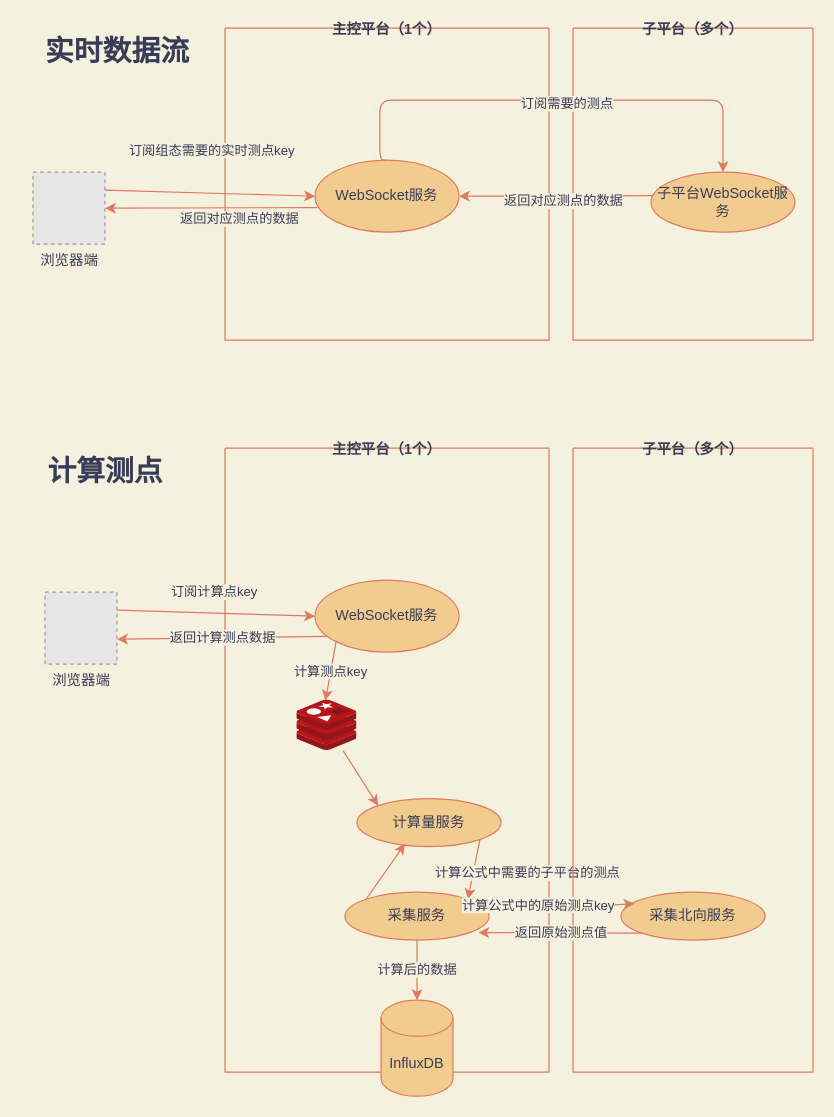
Before: page "实时数据" (3 of 3) of test.drawio in Jarris3154/drawios, a draw.io diagram. Source tidied: cells renumbered, new cells numbered last; positions are measured from the earlier drawing's top-left corner, leaving out a move shared by most shapes. Both pictures are drawn from the tidied source at 120%, with x=0, y=0 at pixel (20, 28). Pictures stored in the file or linked from it are replaced by grey dashed boxes.
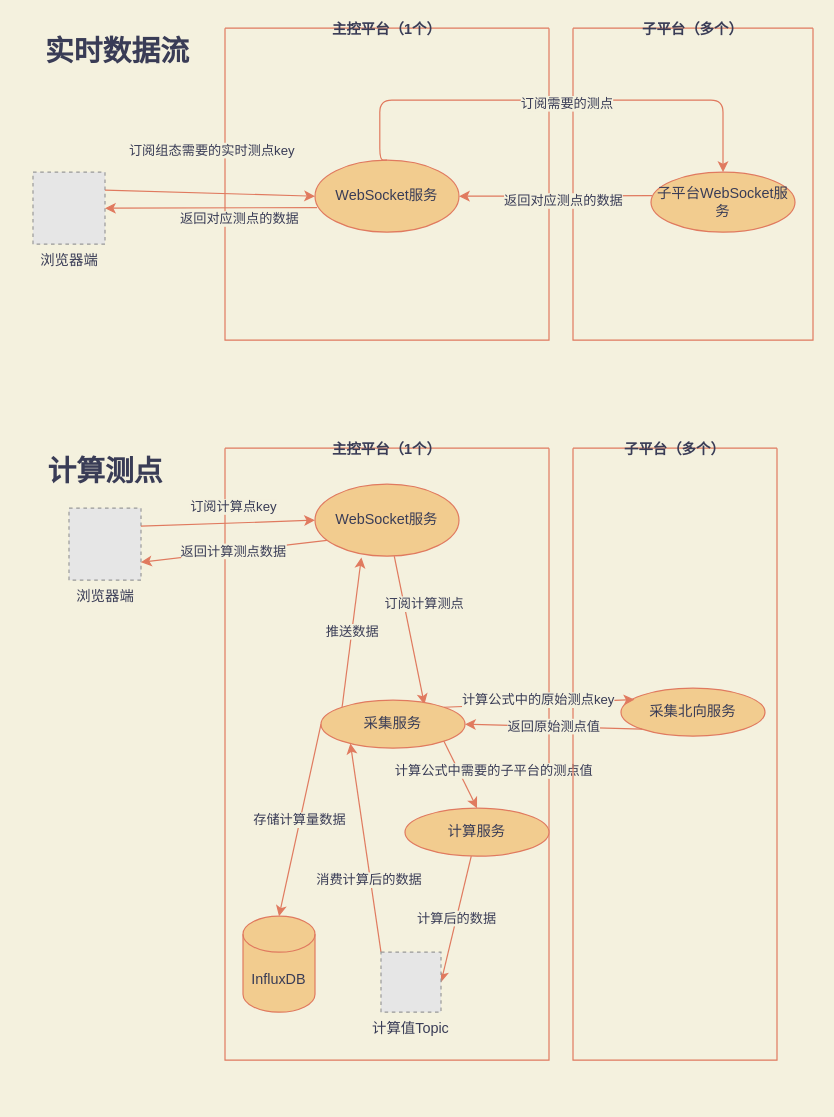
The same diagram, later.

Commit message:
更新计算测点流程

The edit, as a diff of the source:
```diff
@@
     <mxCell id="17" value="主控平台（1个）" style="swimlane;startSize=0;fillColor=#F2CC8F;strokeColor=#E07A5F;fontColor=#393C56;" parent="1" vertex="1">
-      <mxGeometry x="170" y="350" width="270" height="520" as="geometry" />
+      <mxGeometry x="170" y="350" width="270" height="510" as="geometry" />
     </mxCell>
+    <mxCell id="37" value="订阅计算测点" style="edgeStyle=none;rounded=1;sketch=0;jettySize=auto;html=1;entryX=0.718;entryY=0.088;entryDx=0;entryDy=0;entryPerimeter=0;fontColor=#393C56;strokeColor=#E07A5F;fillColor=#F2CC8F;labelBackgroundColor=#F4F1DE;" parent="17" edge="1" source="18" target="19">
+      <mxGeometry x="-0.3" y="17" relative="1" as="geometry" />
+    </mxCell>
     <mxCell id="18" value="WebSocket服务" style="ellipse;whiteSpace=wrap;html=1;fillColor=#F2CC8F;strokeColor=#E07A5F;fontColor=#393C56;" parent="17" vertex="1">
-      <mxGeometry x="75" y="110" width="120" height="60" as="geometry" />
+      <mxGeometry x="75" y="30" width="120" height="60" as="geometry" />
     </mxCell>
+    <mxCell id="38" value="推送数据" style="edgeStyle=none;rounded=1;sketch=0;jettySize=auto;html=1;entryX=0.322;entryY=1.017;entryDx=0;entryDy=0;entryPerimeter=0;fontColor=#393C56;strokeColor=#E07A5F;fillColor=#F2CC8F;exitX=0;exitY=0;exitDx=0;exitDy=0;labelBackgroundColor=#F4F1DE;" parent="17" edge="1" source="19" target="18">
+      <mxGeometry relative="1" as="geometry" />
+    </mxCell>
+    <mxCell id="39" value="存储计算量数据" style="edgeStyle=none;rounded=1;sketch=0;jettySize=auto;html=1;entryX=0.5;entryY=0;entryDx=0;entryDy=0;entryPerimeter=0;fontColor=#393C56;strokeColor=#E07A5F;fillColor=#F2CC8F;exitX=0;exitY=0.5;exitDx=0;exitDy=0;labelBackgroundColor=#F4F1DE;" parent="17" edge="1" source="19" target="35">
+      <mxGeometry relative="1" as="geometry" />
+    </mxCell>
-    <mxCell id="19" value="计算量服务" style="ellipse;whiteSpace=wrap;html=1;fillColor=#F2CC8F;strokeColor=#E07A5F;fontColor=#393C56;" parent="17" vertex="1">
-      <mxGeometry x="110" y="292" width="120" height="40" as="geometry" />
+    <mxCell id="19" value="采集服务" style="ellipse;whiteSpace=wrap;html=1;fillColor=#F2CC8F;strokeColor=#E07A5F;fontColor=#393C56;" parent="17" vertex="1">
+      <mxGeometry x="80" y="210" width="120" height="40" as="geometry" />
     </mxCell>
-    <mxCell id="20" style="rounded=0;jettySize=auto;html=1;exitX=0;exitY=0;exitDx=0;exitDy=0;entryX=0.333;entryY=0.942;entryDx=0;entryDy=0;entryPerimeter=0;strokeColor=#E07A5F;fontColor=#393C56;labelBackgroundColor=#F4F1DE;" parent="17" edge="1" source="21" target="19">
-      <mxGeometry relative="1" as="geometry" />
+    <mxCell id="20" value="消费计算后的数据" style="rounded=0;jettySize=auto;html=1;exitX=0;exitY=0;exitDx=0;exitDy=0;entryX=0.204;entryY=0.9;entryDx=0;entryDy=0;entryPerimeter=0;strokeColor=#E07A5F;fontColor=#393C56;labelBackgroundColor=#F4F1DE;" parent="17" edge="1" source="40" target="19">
+      <mxGeometry x="-0.31" y="1" relative="1" as="geometry" />
     </mxCell>
+    <mxCell id="36" value="计算后的数据" style="rounded=1;sketch=0;jettySize=auto;html=1;entryX=1;entryY=0.5;entryDx=0;entryDy=0;fontColor=#393C56;strokeColor=#E07A5F;fillColor=#F2CC8F;labelBackgroundColor=#F4F1DE;" parent="17" edge="1" source="21" target="40">
+      <mxGeometry relative="1" as="geometry" />
+    </mxCell>
-    <mxCell id="21" value="采集服务" style="ellipse;whiteSpace=wrap;html=1;fillColor=#F2CC8F;strokeColor=#E07A5F;fontColor=#393C56;" parent="17" vertex="1">
-      <mxGeometry x="100" y="370" width="120" height="40" as="geometry" />
+    <mxCell id="21" value="计算服务" style="ellipse;whiteSpace=wrap;html=1;fillColor=#F2CC8F;strokeColor=#E07A5F;fontColor=#393C56;" parent="17" vertex="1">
+      <mxGeometry x="150" y="300" width="120" height="40" as="geometry" />
     </mxCell>
-    <mxCell id="22" value="计算测点key" style="endArrow=classic;html=1;exitX=0;exitY=1;exitDx=0;exitDy=0;entryX=0.473;entryY=0.008;entryDx=0;entryDy=0;strokeColor=#E07A5F;fontColor=#393C56;entryPerimeter=0;labelBackgroundColor=#F4F1DE;" parent="17" edge="1" source="18" target="25">
-      <mxGeometry relative="1" as="geometry" />
-    </mxCell>
-    <mxCell id="23" value="计算公式中需要的子平台的测点" style="endArrow=classic;html=1;entryX=1;entryY=0;entryDx=0;entryDy=0;exitX=1;exitY=1;exitDx=0;exitDy=0;strokeColor=#E07A5F;fontColor=#393C56;labelBackgroundColor=#F4F1DE;" parent="17" edge="1" source="19" target="21">
-      <mxGeometry x="-0.22" y="44" relative="1" as="geometry" />
+    <mxCell id="23" value="计算公式中需要的子平台的测点值" style="endArrow=classic;html=1;entryX=0.5;entryY=0;entryDx=0;entryDy=0;exitX=1;exitY=1;exitDx=0;exitDy=0;strokeColor=#E07A5F;fontColor=#393C56;labelBackgroundColor=#F4F1DE;" parent="17" edge="1" source="19" target="21">
+      <mxGeometry x="0.33" y="26" relative="1" as="geometry" />
     </mxCell>
-    <mxCell id="24" style="rounded=0;jettySize=auto;html=1;entryX=0;entryY=0;entryDx=0;entryDy=0;strokeColor=#E07A5F;fontColor=#393C56;labelBackgroundColor=#F4F1DE;" parent="17" edge="1" source="25" target="19">
-      <mxGeometry relative="1" as="geometry" />
-    </mxCell>
-    <mxCell id="25" style="html=1;points=[];align=center;image;fontSize=12;image=img/lib/mscae/Cache_Redis_Product.svg;fillColor=#F2CC8F;strokeColor=#E07A5F;fontColor=#393C56;labelBackgroundColor=#F4F1DE;" parent="17" vertex="1">
-      <mxGeometry x="60" y="210" width="50" height="42" as="geometry" />
-    </mxCell>
+    <mxCell id="35" value="InfluxDB" style="shape=cylinder3;whiteSpace=wrap;html=1;boundedLbl=1;backgroundOutline=1;size=15;fillColor=#F2CC8F;strokeColor=#E07A5F;fontColor=#393C56;" parent="17" vertex="1">
+      <mxGeometry x="15" y="390" width="60" height="80" as="geometry" />
+    </mxCell>
+    <mxCell id="40" value="计算值Topic" style="fillColor=#E6E6E6;strokeColor=#999999;dashed=1;verticalLabelPosition=bottom;verticalAlign=top;fontColor=#393C56;" parent="17" vertex="1">
+      <mxGeometry x="130" y="420" width="50" height="50" as="geometry" />
+    </mxCell>
     <mxCell id="26" value="子平台（多个）" style="swimlane;startSize=0;swimlaneLine=1;fillColor=#F2CC8F;strokeColor=#E07A5F;fontColor=#393C56;" parent="1" vertex="1">
-      <mxGeometry x="460" y="350" width="200" height="520" as="geometry" />
+      <mxGeometry x="460" y="350" width="170" height="510" as="geometry" />
     </mxCell>
     <mxCell id="27" value="采集北向服务" style="ellipse;whiteSpace=wrap;html=1;fillColor=#F2CC8F;strokeColor=#E07A5F;fontColor=#393C56;" parent="26" vertex="1">
-      <mxGeometry x="40" y="370" width="120" height="40" as="geometry" />
+      <mxGeometry x="40" y="200" width="120" height="40" as="geometry" />
     </mxCell>
     <mxCell id="28" value="浏览器端" style="fillColor=#E6E6E6;strokeColor=#999999;dashed=1;html=1;verticalAlign=top;verticalLabelPosition=bottom;fontColor=#393C56;labelBackgroundColor=#F4F1DE;" parent="1" vertex="1">
-      <mxGeometry x="20" y="470" width="60" height="60" as="geometry" />
+      <mxGeometry x="40" y="400" width="60" height="60" as="geometry" />
     </mxCell>
@@
-    <mxCell id="31" value="返回计算测点数据" style="endArrow=classic;html=1;exitX=0.083;exitY=0.781;exitDx=0;exitDy=0;exitPerimeter=0;entryX=1;entryY=0.5;entryDx=0;entryDy=0;strokeColor=#E07A5F;fontColor=#393C56;labelBackgroundColor=#F4F1DE;" parent="1" edge="1" source="18">
-      <mxGeometry relative="1" as="geometry">
-        <mxPoint x="80" y="509.2" as="targetPoint" />
-      </mxGeometry>
+    <mxCell id="31" value="返回计算测点数据" style="endArrow=classic;html=1;exitX=0.083;exitY=0.781;exitDx=0;exitDy=0;exitPerimeter=0;entryX=1;entryY=0.75;entryDx=0;entryDy=0;strokeColor=#E07A5F;fontColor=#393C56;labelBackgroundColor=#F4F1DE;" parent="1" edge="1" source="18" target="28">
+      <mxGeometry relative="1" as="geometry" />
     </mxCell>
-    <mxCell id="32" style="edgeStyle=none;rounded=1;sketch=0;jettySize=auto;html=1;fontColor=#393C56;strokeColor=#E07A5F;fillColor=#F2CC8F;entryX=0.093;entryY=0.238;entryDx=0;entryDy=0;entryPerimeter=0;labelBackgroundColor=#F4F1DE;" parent="1" edge="1" source="21" target="27">
+    <mxCell id="32" style="edgeStyle=none;rounded=1;sketch=0;jettySize=auto;html=1;fontColor=#393C56;strokeColor=#E07A5F;fillColor=#F2CC8F;entryX=0.093;entryY=0.238;entryDx=0;entryDy=0;entryPerimeter=0;exitX=1;exitY=0;exitDx=0;exitDy=0;labelBackgroundColor=#F4F1DE;" parent="1" edge="1" source="19" target="27">
       <mxGeometry relative="1" as="geometry" />
     </mxCell>
     <mxCell id="33" value="计算公式中的原始测点key" style="edgeLabel;html=1;align=center;verticalAlign=middle;fontColor=#393C56;labelBackgroundColor=#F4F1DE;" parent="32" vertex="1">
       <mxGeometry x="-0.31" y="-3" relative="1" as="geometry">
-        <mxPoint x="-1" y="-7" as="offset" />
+        <mxPoint x="23" y="-7" as="offset" />
       </mxGeometry>
     </mxCell>
-    <mxCell id="34" value="返回原始测点值" style="endArrow=classic;html=1;fontColor=#393C56;strokeColor=#E07A5F;fillColor=#F2CC8F;entryX=0.926;entryY=0.842;entryDx=0;entryDy=0;entryPerimeter=0;exitX=0;exitY=1;exitDx=0;exitDy=0;labelBackgroundColor=#F4F1DE;" parent="1" edge="1" source="27" target="21">
+    <mxCell id="34" value="返回原始测点值" style="endArrow=classic;html=1;fontColor=#393C56;strokeColor=#E07A5F;fillColor=#F2CC8F;entryX=1;entryY=0.5;entryDx=0;entryDy=0;exitX=0;exitY=1;exitDx=0;exitDy=0;labelBackgroundColor=#F4F1DE;" parent="1" edge="1" source="27" target="19">
       <mxGeometry relative="1" as="geometry" />
     </mxCell>
-    <mxCell id="35" value="InfluxDB" style="shape=cylinder3;whiteSpace=wrap;html=1;boundedLbl=1;backgroundOutline=1;size=15;fillColor=#F2CC8F;strokeColor=#E07A5F;fontColor=#393C56;" parent="1" vertex="1">
-      <mxGeometry x="300" y="810" width="60" height="80" as="geometry" />
-    </mxCell>
-    <mxCell id="36" value="计算后的数据" style="jettySize=auto;html=1;exitX=0.5;exitY=1;exitDx=0;exitDy=0;strokeColor=#E07A5F;fontColor=#393C56;labelBackgroundColor=#F4F1DE;entryX=0.5;entryY=0;entryDx=0;entryDy=0;entryPerimeter=0;" parent="1" edge="1" source="21" target="35">
-      <mxGeometry relative="1" as="geometry" />
-    </mxCell>
```
